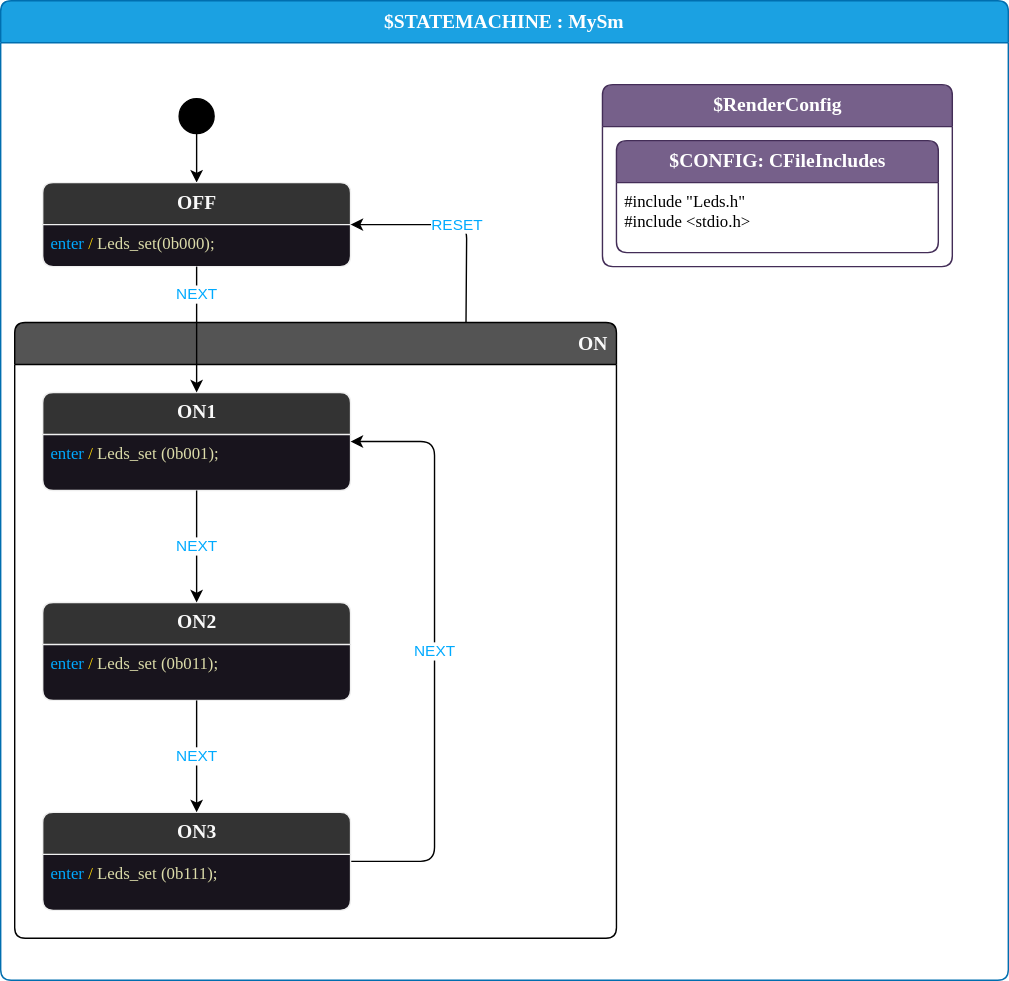
StateSmith/StateSmith-examples keeps this draw.io diagram as logging-simple-script-2/MySm.drawio.svg. Above is the earlier version. Source tidied: cells renumbered, new cells last; positions are measured from the earlier drawing's top-left corner, leaving out a move shared by most shapes.
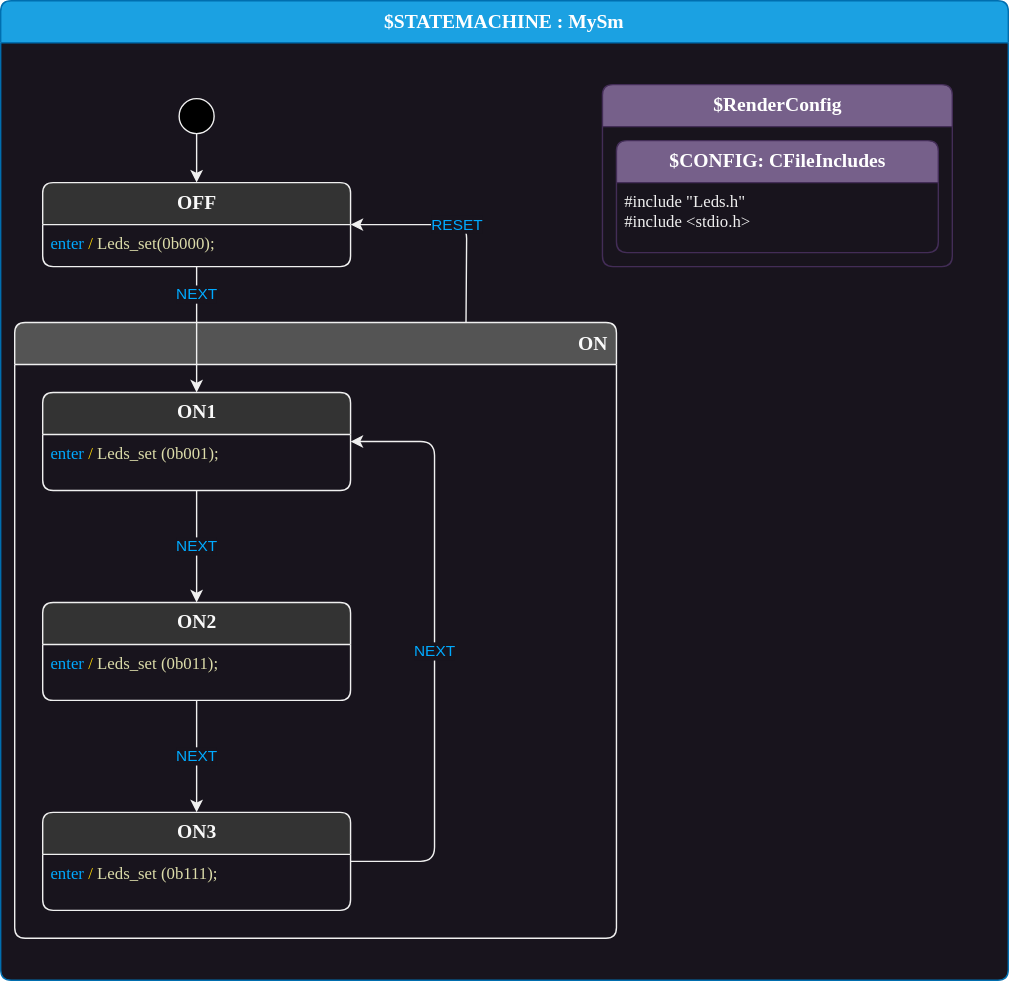
Above is the later version.

Commit message:
dark mode updates

What changed in the source:
```diff
@@ -2,37 +2,37 @@
   <root>
     <mxCell id="0" />
     <mxCell id="1" parent="0" />
-    <mxCell id="2" value="$STATEMACHINE : MySm" style="shape=swimlane;align=center;verticalAlign=top;fontFamily=Lucida Console;startSize=30;fontSize=14;fontStyle=1;fontColor=#ffffff;fillColor=#1ba1e2;swimlaneFillColor=default;rounded=1;arcSize=15;absoluteArcSize=1;strokeColor=#006EAF;" parent="1" vertex="1">
-      <mxGeometry width="720" height="700" as="geometry" />
-    </mxCell>
-    <mxCell id="3" value=" " style="fontFamily=Lucida Console;align=left;verticalAlign=top;fillColor=none;gradientColor=none;strokeColor=none;rounded=0;spacingLeft=4;" parent="2" vertex="1">
-      <mxGeometry y="30" width="30" height="20" as="geometry" />
-    </mxCell>
+    <mxCell id="24" value="$STATEMACHINE : MySm" style="shape=swimlane;align=center;verticalAlign=top;fontFamily=Lucida Console;startSize=30;fontSize=14;fontStyle=1;fontColor=#ffffff;fillColor=#1ba1e2;swimlaneFillColor=#18141D;rounded=1;arcSize=15;absoluteArcSize=1;strokeColor=#006EAF;" parent="1" vertex="1">
+      <mxGeometry width="720" height="700" as="geometry" />
+    </mxCell>
+    <mxCell id="25" value=" " style="fontFamily=Lucida Console;align=left;verticalAlign=top;fillColor=none;gradientColor=none;strokeColor=none;rounded=0;spacingLeft=4;" parent="24" vertex="1">
+      <mxGeometry y="30" width="30" height="20" as="geometry" />
+    </mxCell>
-    <mxCell id="4" parent="2" edge="1" source="7" target="5">
+    <mxCell id="4" style="strokeColor=#F0F0F0;labelBackgroundColor=#18141D;" parent="24" edge="1" source="7" target="5">
       <mxGeometry relative="1" as="geometry" />
     </mxCell>
-    <mxCell id="5" value="OFF" style="shape=swimlane;align=center;verticalAlign=top;fontFamily=Lucida Console;startSize=30;fontSize=14;fontStyle=1;swimlaneFillColor=#18141d;html=1;rounded=1;arcSize=15;absoluteArcSize=1;fillColor=#333333;fontColor=#FAFAFA;strokeColor=#F0F0F0;points=[[0,0,0,0,0],[0,0.25,0,0,0],[0,0.5,0,0,0],[0,0.75,0,0,0],[0,1,0,0,0],[0.06,1,0,0,0],[0.13,1,0,0,0],[0.19,1,0,0,0],[0.25,0,0,0,0],[0.25,1,0,0,0],[0.31,1,0,0,0],[0.38,1,0,0,0],[0.44,1,0,0,0],[0.5,0,0,0,0],[0.5,1,0,0,0],[0.56,1,0,0,0],[0.63,1,0,0,0],[0.69,1,0,0,0],[0.75,0,0,0,0],[0.75,1,0,0,0],[0.81,1,0,0,0],[0.88,1,0,0,0],[0.94,1,0,0,0],[1,0,0,0,0],[1,0.25,0,0,0],[1,0.5,0,0,0],[1,0.75,0,0,0],[1,1,0,0,0]];" parent="2" vertex="1">
+    <mxCell id="5" value="OFF" style="shape=swimlane;align=center;verticalAlign=top;fontFamily=Lucida Console;startSize=30;fontSize=14;fontStyle=1;swimlaneFillColor=#18141d;html=1;rounded=1;arcSize=15;absoluteArcSize=1;fillColor=#333333;fontColor=#FAFAFA;strokeColor=#F0F0F0;points=[[0,0,0,0,0],[0,0.25,0,0,0],[0,0.5,0,0,0],[0,0.75,0,0,0],[0,1,0,0,0],[0.06,1,0,0,0],[0.13,1,0,0,0],[0.19,1,0,0,0],[0.25,0,0,0,0],[0.25,1,0,0,0],[0.31,1,0,0,0],[0.38,1,0,0,0],[0.44,1,0,0,0],[0.5,0,0,0,0],[0.5,1,0,0,0],[0.56,1,0,0,0],[0.63,1,0,0,0],[0.69,1,0,0,0],[0.75,0,0,0,0],[0.75,1,0,0,0],[0.81,1,0,0,0],[0.88,1,0,0,0],[0.94,1,0,0,0],[1,0,0,0,0],[1,0.25,0,0,0],[1,0.5,0,0,0],[1,0.75,0,0,0],[1,1,0,0,0]];" parent="24" vertex="1">
       <mxGeometry x="30" y="130" width="220" height="60" as="geometry" />
     </mxCell>
     <mxCell id="6" value="&lt;font color=&quot;#00aaff&quot;&gt;enter &lt;/font&gt;&lt;font color=&quot;#ffd700&quot;&gt;/&lt;/font&gt;&lt;font color=&quot;#dcdcaa&quot;&gt;&amp;nbsp;Leds_set(0b000);&lt;/font&gt;" style="fontFamily=Lucida Console;align=left;verticalAlign=top;fillColor=none;gradientColor=none;strokeColor=none;rounded=0;spacingLeft=4;html=1;" parent="5" vertex="1">
       <mxGeometry y="30" width="200" height="30" as="geometry" />
     </mxCell>
-    <mxCell id="7" value="$initial_state" style="shape=ellipse;fillColor=#000000;noLabel=1;" parent="2" vertex="1">
+    <mxCell id="7" value="$initial_state" style="shape=ellipse;fillColor=#000000;noLabel=1;strokeColor=#F0F0F0;" parent="24" vertex="1">
       <mxGeometry x="127.5" y="70" width="25" height="25" as="geometry" />
     </mxCell>
-    <mxCell id="8" value="RESET" style="edgeStyle=none;html=1;exitX=0.75;exitY=0;exitDx=0;exitDy=0;entryX=1;entryY=0.5;entryDx=0;entryDy=0;entryPerimeter=0;fontColor=#00AAFF;" parent="2" edge="1" source="9" target="5">
+    <mxCell id="8" value="RESET" style="edgeStyle=none;html=1;exitX=0.75;exitY=0;exitDx=0;exitDy=0;entryX=1;entryY=0.5;entryDx=0;entryDy=0;entryPerimeter=0;fontColor=#00AAFF;strokeColor=#F0F0F0;labelBackgroundColor=#18141D;" parent="24" edge="1" source="9" target="5">
       <mxGeometry relative="1" as="geometry">
         <Array as="points">
           <mxPoint x="333" y="160" />
         </Array>
       </mxGeometry>
     </mxCell>
-    <mxCell id="9" value="ON" style="shape=swimlane;align=right;verticalAlign=top;fontFamily=Lucida Console;startSize=30;fontSize=14;fontStyle=1;fontColor=#FAFAFA;fillColor=#545454;swimlaneFillColor=default;rounded=1;arcSize=15;absoluteArcSize=1;spacingRight=4;" parent="2" vertex="1">
+    <mxCell id="9" value="ON" style="shape=swimlane;align=right;verticalAlign=top;fontFamily=Lucida Console;startSize=30;fontSize=14;fontStyle=1;fontColor=#FAFAFA;fillColor=#545454;swimlaneFillColor=#18141D;rounded=1;arcSize=15;absoluteArcSize=1;spacingRight=4;strokeColor=#F0F0F0;" parent="24" vertex="1">
       <mxGeometry x="10" y="230" width="430" height="440" as="geometry" />
     </mxCell>
-    <mxCell id="10" value=" " style="fontFamily=Lucida Console;align=left;verticalAlign=top;fillColor=none;gradientColor=none;strokeColor=none;rounded=0;spacingLeft=4;" parent="9" vertex="1">
-      <mxGeometry y="30" width="30" height="20" as="geometry" />
-    </mxCell>
+    <mxCell id="26" value=" " style="fontFamily=Lucida Console;align=left;verticalAlign=top;fillColor=none;gradientColor=none;strokeColor=none;rounded=0;spacingLeft=4;" parent="9" vertex="1">
+      <mxGeometry y="30" width="30" height="20" as="geometry" />
+    </mxCell>
     <mxCell id="11" value="ON1" style="shape=swimlane;align=center;verticalAlign=top;fontFamily=Lucida Console;startSize=30;fontSize=14;fontStyle=1;swimlaneFillColor=#18141d;html=1;rounded=1;arcSize=15;absoluteArcSize=1;fillColor=#333333;fontColor=#FAFAFA;strokeColor=#F0F0F0;points=[[0,0,0,0,0],[0,0.25,0,0,0],[0,0.5,0,0,0],[0,0.75,0,0,0],[0,1,0,0,0],[0.06,1,0,0,0],[0.13,1,0,0,0],[0.19,1,0,0,0],[0.25,0,0,0,0],[0.25,1,0,0,0],[0.31,1,0,0,0],[0.38,1,0,0,0],[0.44,1,0,0,0],[0.5,0,0,0,0],[0.5,1,0,0,0],[0.56,1,0,0,0],[0.63,1,0,0,0],[0.69,1,0,0,0],[0.75,0,0,0,0],[0.75,1,0,0,0],[0.81,1,0,0,0],[0.88,1,0,0,0],[0.94,1,0,0,0],[1,0,0,0,0],[1,0.25,0,0,0],[1,0.5,0,0,0],[1,0.75,0,0,0],[1,1,0,0,0]];" parent="9" vertex="1">
       <mxGeometry x="20" y="50" width="220" height="70" as="geometry" />
     </mxCell>
@@ -45,10 +45,10 @@
     <mxCell id="14" value="&lt;font color=&quot;#00aaff&quot;&gt;enter&amp;nbsp;&lt;/font&gt;&lt;font color=&quot;#ffd700&quot;&gt;/&lt;/font&gt;&lt;font color=&quot;#dcdcaa&quot;&gt;&amp;nbsp;&lt;/font&gt;&lt;span style=&quot;color: rgb(220, 220, 170);&quot;&gt;Leds_set&lt;/span&gt;&lt;font color=&quot;#dcdcaa&quot;&gt;(0b011);&lt;/font&gt;&lt;font color=&quot;#dcdcaa&quot;&gt;&lt;br&gt;&lt;/font&gt;" style="fontFamily=Lucida Console;align=left;verticalAlign=top;fillColor=none;gradientColor=none;strokeColor=none;rounded=0;spacingLeft=4;html=1;" parent="13" vertex="1">
       <mxGeometry y="30" width="200" height="30" as="geometry" />
     </mxCell>
-    <mxCell id="15" value="NEXT" style="edgeStyle=none;html=1;fontColor=#00AAFF;" parent="9" edge="1" source="11" target="13">
+    <mxCell id="15" value="NEXT" style="edgeStyle=none;html=1;fontColor=#00AAFF;strokeColor=#F0F0F0;labelBackgroundColor=#18141D;" parent="9" edge="1" source="11" target="13">
       <mxGeometry relative="1" as="geometry" />
     </mxCell>
-    <mxCell id="16" value="NEXT" style="edgeStyle=none;html=1;exitX=1;exitY=0.5;exitDx=0;exitDy=0;exitPerimeter=0;entryX=1;entryY=0.5;entryDx=0;entryDy=0;entryPerimeter=0;fontColor=#00AAFF;" parent="9" edge="1" source="17" target="11">
+    <mxCell id="16" value="NEXT" style="edgeStyle=none;html=1;exitX=1;exitY=0.5;exitDx=0;exitDy=0;exitPerimeter=0;entryX=1;entryY=0.5;entryDx=0;entryDy=0;entryPerimeter=0;fontColor=#00AAFF;strokeColor=#F0F0F0;labelBackgroundColor=#18141D;" parent="9" edge="1" source="17" target="11">
       <mxGeometry relative="1" as="geometry">
         <Array as="points">
           <mxPoint x="300" y="385" />
@@ -62,23 +62,23 @@
     <mxCell id="18" value="&lt;font color=&quot;#00aaff&quot;&gt;enter&amp;nbsp;&lt;/font&gt;&lt;font color=&quot;#ffd700&quot;&gt;/&lt;/font&gt;&lt;font color=&quot;#dcdcaa&quot;&gt;&amp;nbsp;&lt;/font&gt;&lt;span style=&quot;color: rgb(220, 220, 170);&quot;&gt;Leds_set&lt;/span&gt;&lt;font color=&quot;#dcdcaa&quot;&gt;(0b111);&lt;/font&gt;&lt;font color=&quot;#dcdcaa&quot;&gt;&lt;br&gt;&lt;/font&gt;" style="fontFamily=Lucida Console;align=left;verticalAlign=top;fillColor=none;gradientColor=none;strokeColor=none;rounded=0;spacingLeft=4;html=1;" parent="17" vertex="1">
       <mxGeometry y="30" width="200" height="30" as="geometry" />
     </mxCell>
-    <mxCell id="19" value="NEXT" style="edgeStyle=none;html=1;fontColor=#00AAFF;" parent="9" edge="1" source="13" target="17">
+    <mxCell id="19" value="NEXT" style="edgeStyle=none;html=1;fontColor=#00AAFF;strokeColor=#F0F0F0;labelBackgroundColor=#18141D;" parent="9" edge="1" source="13" target="17">
       <mxGeometry relative="1" as="geometry" />
     </mxCell>
-    <mxCell id="20" value="NEXT" style="edgeStyle=none;html=1;fontColor=#00AAFF;" parent="2" edge="1" source="5" target="11">
+    <mxCell id="20" value="NEXT" style="edgeStyle=none;html=1;fontColor=#00AAFF;strokeColor=#F0F0F0;labelBackgroundColor=#18141D;" parent="24" edge="1" source="5" target="11">
       <mxGeometry x="-0.56" relative="1" as="geometry" />
     </mxCell>
-    <mxCell id="21" value="$RenderConfig" style="shape=swimlane;align=center;verticalAlign=top;fontFamily=Lucida Console;startSize=30;fontSize=14;fontStyle=1;swimlaneFillColor=default;html=1;rounded=1;arcSize=15;absoluteArcSize=1;fillColor=#76608a;strokeColor=#432D57;fontColor=#ffffff;" parent="2" vertex="1">
+    <mxCell id="21" value="$RenderConfig" style="shape=swimlane;align=center;verticalAlign=top;fontFamily=Lucida Console;startSize=30;fontSize=14;fontStyle=1;swimlaneFillColor=#18141D;html=1;rounded=1;arcSize=15;absoluteArcSize=1;fillColor=#76608a;strokeColor=#432D57;fontColor=#ffffff;labelBackgroundColor=none;" parent="24" vertex="1">
       <mxGeometry x="430" y="60" width="250" height="130" as="geometry" />
     </mxCell>
     <mxCell id="22" style="fontFamily=Lucida Console;align=left;verticalAlign=top;fillColor=none;gradientColor=none;strokeColor=none;rounded=0;spacingLeft=4;fontColor=#00AAFF;" parent="21" vertex="1">
       <mxGeometry y="30" width="50" height="40" as="geometry" />
     </mxCell>
-    <mxCell id="23" value="$CONFIG: CFileIncludes" style="shape=swimlane;align=center;verticalAlign=top;fontFamily=Lucida Console;startSize=30;fontSize=14;fontStyle=1;swimlaneFillColor=default;html=1;rounded=1;arcSize=15;absoluteArcSize=1;fillColor=#76608a;fontColor=#ffffff;strokeColor=#432D57;" parent="21" vertex="1">
+    <mxCell id="23" value="$CONFIG: CFileIncludes" style="shape=swimlane;align=center;verticalAlign=top;fontFamily=Lucida Console;startSize=30;fontSize=14;fontStyle=1;swimlaneFillColor=#18141D;html=1;rounded=1;arcSize=15;absoluteArcSize=1;fillColor=#76608a;fontColor=#ffffff;strokeColor=#432D57;labelBackgroundColor=none;" parent="21" vertex="1">
       <mxGeometry x="10" y="40" width="230" height="80" as="geometry" />
     </mxCell>
-    <mxCell id="24" value="#include &quot;Leds.h&quot;&#10;#include &lt;stdio.h&gt;" style="fontFamily=Lucida Console;align=left;verticalAlign=top;fillColor=none;gradientColor=none;strokeColor=none;rounded=0;spacingLeft=4;fontColor=default;" parent="23" vertex="1">
-      <mxGeometry y="30" width="160" height="40" as="geometry" />
-    </mxCell>
+    <mxCell id="27" value="#include &quot;Leds.h&quot;&#10;#include &lt;stdio.h&gt;" style="fontFamily=Lucida Console;align=left;verticalAlign=top;fillColor=none;gradientColor=none;strokeColor=none;rounded=0;spacingLeft=4;fontColor=#F0F0F0;" parent="23" vertex="1">
+      <mxGeometry y="30" width="160" height="40" as="geometry" />
+    </mxCell>
   </root>
 </mxGraphModel>
```
